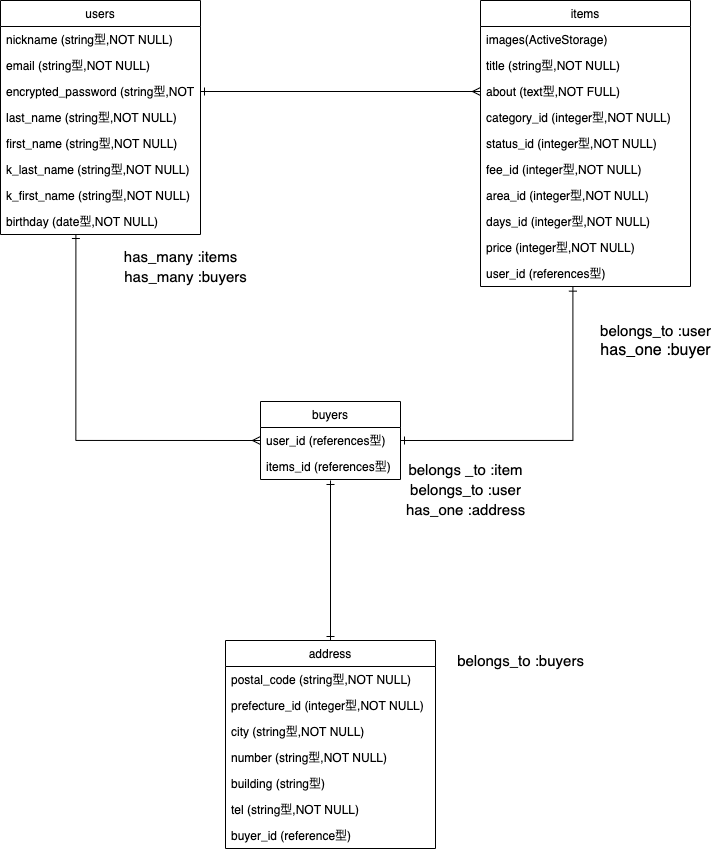
koh26/furima-32020 keeps this draw.io diagram as ER.drawio.png. Above is the earlier version. Source tidied: cells renumbered, new cells last; positions are measured from the earlier drawing's top-left corner, leaving out a move shared by most shapes.
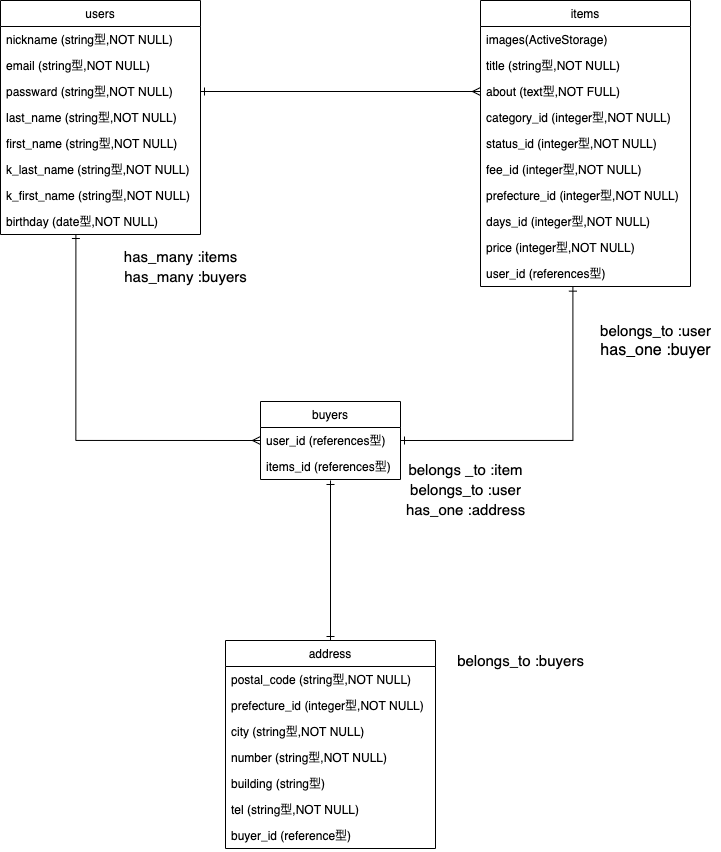
The same file after the commit.

Commit message:
データベース設計再修正

What changed in the source:
```diff
@@ -23,7 +23,7 @@
     <mxCell id="8" value="fee_id (integer型,NOT NULL)" style="text;strokeColor=none;fillColor=none;align=left;verticalAlign=top;spacingLeft=4;spacingRight=4;overflow=hidden;" parent="2" vertex="1">
       <mxGeometry y="156" width="210" height="26" as="geometry" />
     </mxCell>
-    <mxCell id="9" value="area_id (integer型,NOT NULL)" style="text;strokeColor=none;fillColor=none;align=left;verticalAlign=top;spacingLeft=4;spacingRight=4;overflow=hidden;" parent="2" vertex="1">
+    <mxCell id="9" value="prefecture_id (integer型,NOT NULL)" style="text;strokeColor=none;fillColor=none;align=left;verticalAlign=top;spacingLeft=4;spacingRight=4;overflow=hidden;" parent="2" vertex="1">
       <mxGeometry y="182" width="210" height="26" as="geometry" />
     </mxCell>
     <mxCell id="10" value="days_id (integer型,NOT NULL)" style="text;strokeColor=none;fillColor=none;align=left;verticalAlign=top;spacingLeft=4;spacingRight=4;overflow=hidden;" parent="2" vertex="1">
@@ -44,7 +44,7 @@
     <mxCell id="15" value="email (string型,NOT NULL)" style="text;strokeColor=none;fillColor=none;align=left;verticalAlign=top;spacingLeft=4;spacingRight=4;overflow=hidden;" parent="13" vertex="1">
       <mxGeometry y="52" width="200" height="26" as="geometry" />
     </mxCell>
-    <mxCell id="16" value="encrypted_password (string型,NOT NULL)" style="text;strokeColor=none;fillColor=none;align=left;verticalAlign=top;spacingLeft=4;spacingRight=4;overflow=hidden;points=[[0,0.5],[1,0.5]];portConstraint=eastwest;" parent="13" vertex="1">
+    <mxCell id="16" value="passward (string型,NOT NULL)" style="text;strokeColor=none;fillColor=none;align=left;verticalAlign=top;spacingLeft=4;spacingRight=4;overflow=hidden;points=[[0,0.5],[1,0.5]];portConstraint=eastwest;" parent="13" vertex="1">
       <mxGeometry y="78" width="200" height="26" as="geometry" />
     </mxCell>
     <mxCell id="17" value="last_name (string型,NOT NULL)" style="text;strokeColor=none;fillColor=none;align=left;verticalAlign=top;spacingLeft=4;spacingRight=4;overflow=hidden;" parent="13" vertex="1">
```
